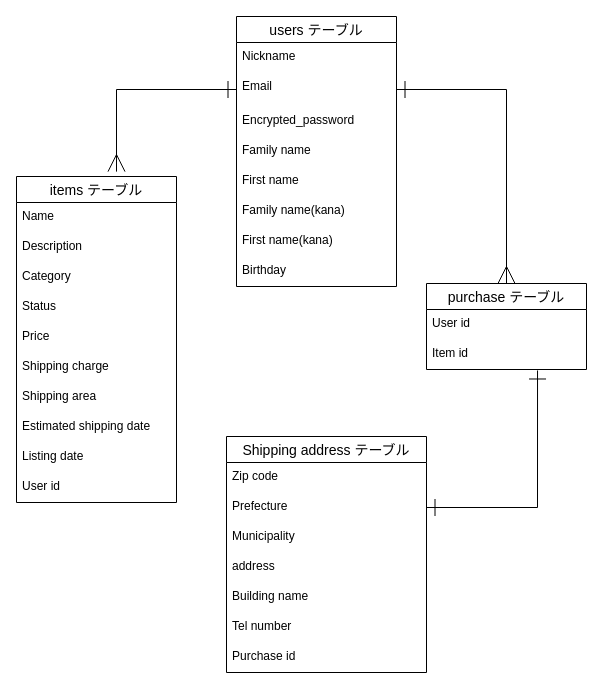
Earlier version of the draw.io diagram test.dio (hiro0405/furima-28200). Source tidied: cells renumbered, new cells numbered last; positions are measured from the earlier drawing's top-left corner, leaving out a move shared by most shapes. Both pictures are drawn from the tidied source at 100%, with x=0, y=0 at pixel (16, 16).
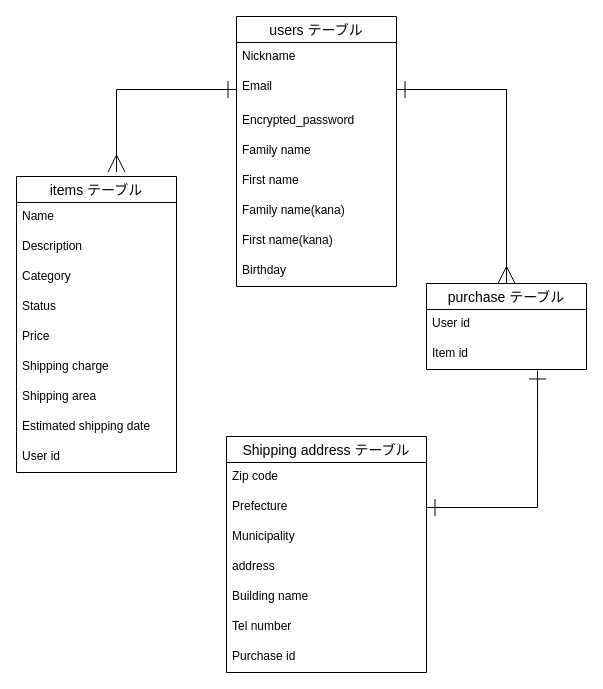
The same diagram, later.

Commit message (it also covers changes not shown here):
データベース設計の修正2

The edit, as a diff of the source:
```diff
@@
     <mxCell id="13" value="items テーブル" style="swimlane;fontStyle=0;horizontal=1;startSize=26;align=center;fontSize=14;" parent="1" vertex="1">
-      <mxGeometry y="160" width="160" height="326" as="geometry" />
+      <mxGeometry y="160" width="160" height="296" as="geometry" />
     </mxCell>
@@
-    <mxCell id="22" value="Listing date" style="text;strokeColor=none;fillColor=none;spacingLeft=4;spacingRight=4;overflow=hidden;fontSize=12;" parent="13" vertex="1">
-      <mxGeometry y="266" width="160" height="30" as="geometry" />
-    </mxCell>
     <mxCell id="23" value="User id" style="text;strokeColor=none;fillColor=none;spacingLeft=4;spacingRight=4;overflow=hidden;fontSize=12;" parent="13" vertex="1">
-      <mxGeometry y="296" width="160" height="30" as="geometry" />
+      <mxGeometry y="266" width="160" height="30" as="geometry" />
     </mxCell>
```
